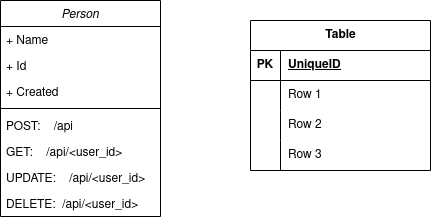
phurhard/HNGx2 keeps this draw.io diagram as HNGx2UML.drawio.png. Above is the earlier version. Source tidied: cells renumbered, new cells last; positions are measured from the earlier drawing's top-left corner, leaving out a move shared by most shapes.
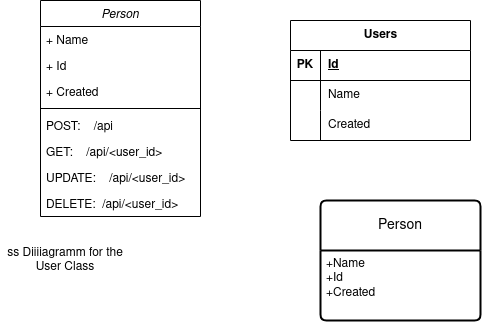
Later version of the same file.

Change to the diagram source:
```diff
@@ -29,8 +29,8 @@
     <mxCell id="10" value="DELETE:  /api/&lt;user_id&gt;" style="text;align=left;verticalAlign=top;spacingLeft=4;spacingRight=4;overflow=hidden;" parent="2" vertex="1">
       <mxGeometry y="190" width="160" height="26" as="geometry" />
     </mxCell>
-    <mxCell id="11" value="Table" style="shape=table;startSize=30;rowLines=0;fontStyle=1;align=center;html=1;" parent="1" vertex="1">
-      <mxGeometry x="250" y="20" width="180" height="150" as="geometry" />
+    <mxCell id="11" value="Users" style="shape=table;startSize=30;rowLines=0;fontStyle=1;align=center;html=1;" parent="1" vertex="1">
+      <mxGeometry x="250" y="20" width="180" height="120" as="geometry" />
     </mxCell>
     <mxCell id="12" style="shape=tableRow;horizontal=0;startSize=0;swimlaneHead=0;swimlaneBody=0;fillColor=none;top=0;left=0;right=0;bottom=1;" parent="11" vertex="1">
       <mxGeometry y="30" width="180" height="30" as="geometry" />
@@ -38,7 +38,7 @@
     <mxCell id="13" value="PK" style="shape=partialRectangle;fillColor=none;top=0;left=0;bottom=0;right=0;fontStyle=1;overflow=hidden;whiteSpace=wrap;html=1;" parent="12" vertex="1">
       <mxGeometry width="30" height="30" as="geometry" />
     </mxCell>
-    <mxCell id="14" value="UniqueID" style="shape=partialRectangle;fillColor=none;top=0;left=0;bottom=0;right=0;align=left;spacingLeft=6;fontStyle=5;overflow=hidden;whiteSpace=wrap;html=1;" parent="12" vertex="1">
+    <mxCell id="14" value="Id" style="shape=partialRectangle;fillColor=none;top=0;left=0;bottom=0;right=0;align=left;spacingLeft=6;fontStyle=5;overflow=hidden;whiteSpace=wrap;html=1;" parent="12" vertex="1">
       <mxGeometry x="30" width="150" height="30" as="geometry" />
     </mxCell>
     <mxCell id="15" style="shape=tableRow;horizontal=0;startSize=0;swimlaneHead=0;swimlaneBody=0;fillColor=none;top=0;left=0;right=0;bottom=0;" parent="11" vertex="1">
@@ -47,7 +47,7 @@
     <mxCell id="16" style="shape=partialRectangle;fillColor=none;top=0;left=0;bottom=0;right=0;overflow=hidden;whiteSpace=wrap;html=1;" parent="15" vertex="1">
       <mxGeometry width="30" height="30" as="geometry" />
     </mxCell>
-    <mxCell id="17" value="Row 1" style="shape=partialRectangle;fillColor=none;top=0;left=0;bottom=0;right=0;align=left;spacingLeft=6;overflow=hidden;whiteSpace=wrap;html=1;" parent="15" vertex="1">
+    <mxCell id="17" value="Name" style="shape=partialRectangle;fillColor=none;top=0;left=0;bottom=0;right=0;align=left;spacingLeft=6;overflow=hidden;whiteSpace=wrap;html=1;" parent="15" vertex="1">
       <mxGeometry x="30" width="150" height="30" as="geometry" />
     </mxCell>
     <mxCell id="18" style="shape=tableRow;horizontal=0;startSize=0;swimlaneHead=0;swimlaneBody=0;fillColor=none;top=0;left=0;right=0;bottom=0;" parent="11" vertex="1">
@@ -56,17 +56,17 @@
     <mxCell id="19" style="shape=partialRectangle;fillColor=none;top=0;left=0;bottom=0;right=0;overflow=hidden;whiteSpace=wrap;html=1;" parent="18" vertex="1">
       <mxGeometry width="30" height="30" as="geometry" />
     </mxCell>
-    <mxCell id="20" value="Row 2" style="shape=partialRectangle;fillColor=none;top=0;left=0;bottom=0;right=0;align=left;spacingLeft=6;overflow=hidden;whiteSpace=wrap;html=1;" parent="18" vertex="1">
+    <mxCell id="20" value="Created" style="shape=partialRectangle;fillColor=none;top=0;left=0;bottom=0;right=0;align=left;spacingLeft=6;overflow=hidden;whiteSpace=wrap;html=1;" parent="18" vertex="1">
       <mxGeometry x="30" width="150" height="30" as="geometry" />
     </mxCell>
-    <mxCell id="21" style="shape=tableRow;horizontal=0;startSize=0;swimlaneHead=0;swimlaneBody=0;fillColor=none;top=0;left=0;right=0;bottom=0;" parent="11" vertex="1">
-      <mxGeometry y="120" width="180" height="30" as="geometry" />
-    </mxCell>
-    <mxCell id="22" style="shape=partialRectangle;fillColor=none;top=0;left=0;bottom=0;right=0;overflow=hidden;whiteSpace=wrap;html=1;" parent="21" vertex="1">
-      <mxGeometry width="30" height="30" as="geometry" />
-    </mxCell>
-    <mxCell id="23" value="Row 3" style="shape=partialRectangle;fillColor=none;top=0;left=0;bottom=0;right=0;align=left;spacingLeft=6;overflow=hidden;whiteSpace=wrap;html=1;" parent="21" vertex="1">
-      <mxGeometry x="30" width="150" height="30" as="geometry" />
-    </mxCell>
+    <mxCell id="24" value="Person" style="swimlane;horizontal=1;startSize=50;rounded=1;fontSize=14;fontStyle=0;strokeWidth=2;shadow=0;dashed=0;align=center;arcSize=4;whiteSpace=wrap;html=1;" parent="1" vertex="1">
+      <mxGeometry x="280" y="200" width="160" height="120" as="geometry" />
+    </mxCell>
+    <mxCell id="25" value="+Name&lt;br&gt;+Id&lt;br&gt;+Created" style="align=left;strokeColor=none;fillColor=none;spacingLeft=4;fontSize=12;verticalAlign=top;html=1;" parent="24" vertex="1">
+      <mxGeometry y="50" width="160" height="70" as="geometry" />
+    </mxCell>
+    <mxCell id="26" value="ss Diiiiagramm for the User Class" style="text;html=1;strokeColor=none;fillColor=none;align=center;verticalAlign=middle;whiteSpace=wrap;rounded=0;" parent="1" vertex="1">
+      <mxGeometry x="-40" y="245" width="130" height="30" as="geometry" />
+    </mxCell>
   </root>
 </mxGraphModel>
```
